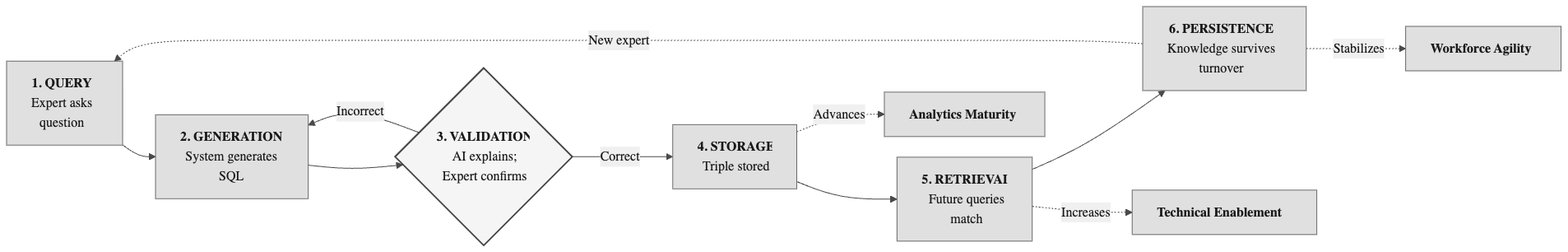
The Mermaid diagram figures/knowledge-cycle.mmd.png in stharrold/yuimedi-paper-20250901, before a commit. Its source is kept beside it as figures/knowledge-cycle.mmd.
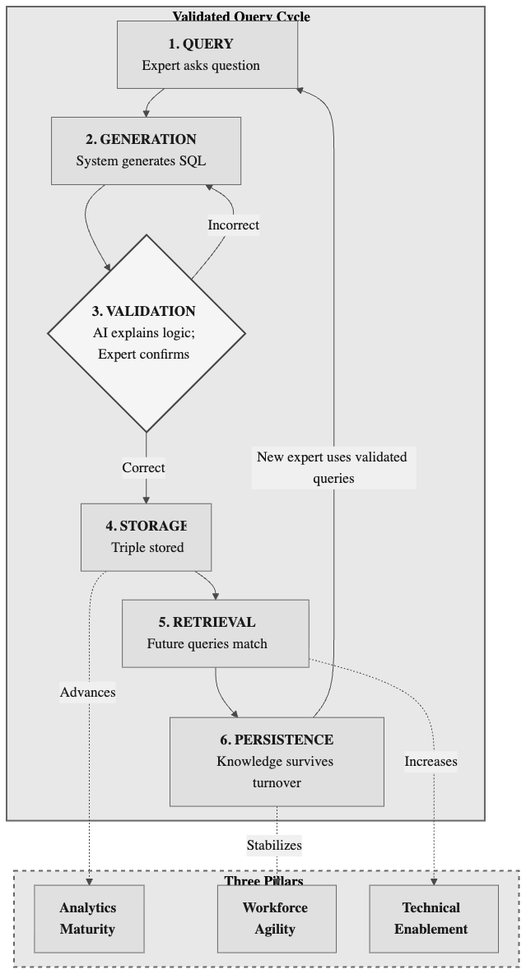
Above is the later version.

Commit message:
fix(paper): revert Figure 2 to top-to-bottom layout with two subgroups

What changed in the source:
```diff
@@ -1,17 +1,34 @@
-%%{init: {'theme': 'base', 'flowchart': {'useMaxWidth': false, 'markdownAutoWrap': false, 'nodeSpacing': 25, 'rankSpacing': 40}, 'themeVariables': { 'primaryColor': '#e0e0e0', 'primaryTextColor': '#1a1a1a', 'primaryBorderColor': '#666', 'lineColor': '#4a4a4a', 'secondaryColor': '#f0f0f0', 'tertiaryColor': '#fafafa', 'fontFamily': 'Arial, sans-serif', 'fontSize': '12pt'}}}%%
-flowchart LR
+%%{init: {'theme': 'base', 'flowchart': {'useMaxWidth': false, 'markdownAutoWrap': false, 'nodeSpacing': 30, 'rankSpacing': 35}, 'themeVariables': { 'primaryColor': '#e0e0e0', 'primaryTextColor': '#1a1a1a', 'primaryBorderColor': '#666', 'lineColor': '#4a4a4a', 'secondaryColor': '#f0f0f0', 'tertiaryColor': '#fafafa', 'fontFamily': 'Arial, sans-serif', 'fontSize': '13pt'}}}%%
+flowchart TB
 
-    Q["<b>1. QUERY</b><br/>Expert asks<br/>question"] --> G["<b>2. GENERATION</b><br/>System generates<br/>SQL"]
-    G --> V{"<b>3. VALIDATION</b><br/>AI explains;<br/>Expert confirms"}
-    V -->|"Correct"| S["<b>4. STORAGE</b><br/>Triple stored"]
+    subgraph CYCLE["<b>Validated Query Cycle</b>"]
+        Q["<b>1. QUERY</b><br/>Expert asks question"]
+        G["<b>2. GENERATION</b><br/>System generates SQL"]
+        V{"<b>3. VALIDATION</b><br/>AI explains logic;<br/>Expert confirms"}
+        S["<b>4. STORAGE</b><br/>Triple stored"]
+        R["<b>5. RETRIEVAL</b><br/>Future queries match"]
+        P["<b>6. PERSISTENCE</b><br/>Knowledge survives turnover"]
+    end
+
+    subgraph PILLARS["<b>Three Pillars</b>"]
+        direction LR
+        M["<b>Analytics<br/>Maturity</b>"]
+        T["<b>Workforce<br/>Agility</b>"]
+        B["<b>Technical<br/>Enablement</b>"]
+    end
+
+    Q --> G --> V
+    V -->|"Correct"| S --> R --> P
     V -->|"Incorrect"| G
-    S --> R["<b>5. RETRIEVAL</b><br/>Future queries<br/>match"]
-    R --> P["<b>6. PERSISTENCE</b><br/>Knowledge survives<br/>turnover"]
-    P -.->|"New expert"| Q
+    P -->|"New expert uses validated queries"| Q
 
-    S -.->|"Advances"| M["<b>Analytics Maturity</b>"]
-    R -.->|"Increases"| B["<b>Technical Enablement</b>"]
-    P -.->|"Stabilizes"| T["<b>Workforce Agility</b>"]
+    S -.->|"Advances"| M
+    P -.->|"Stabilizes"| T
+    R -.->|"Increases"| B
 
+    classDef group fill:#e8e8e8,stroke:#666,stroke-width:2px
+    classDef dashedGroup fill:#e8e8e8,stroke:#666,stroke-width:2px,stroke-dasharray:5 5
     classDef decision fill:#f5f5f5,stroke:#444,stroke-width:2px
+    class CYCLE group
+    class PILLARS dashedGroup
     class V decision
```
